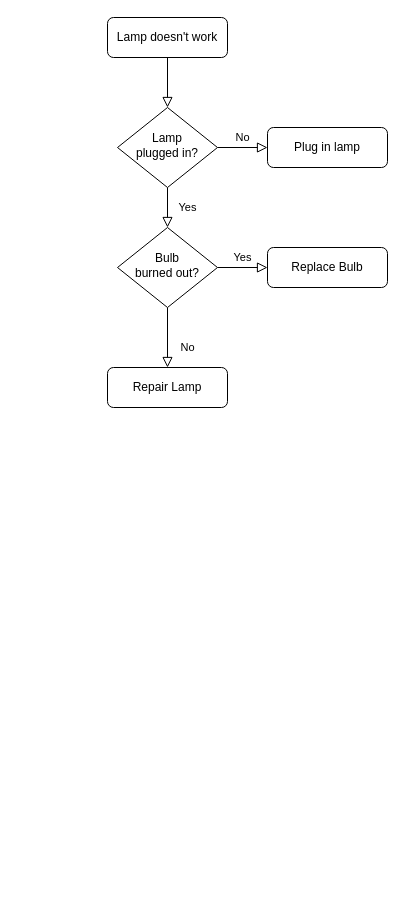
Earlier version of the draw.io diagram Untitled Diagram.drawio (sushivomit/Progamming-2). Source tidied: cells renumbered, new cells numbered last; positions are measured from the earlier drawing's top-left corner, leaving out a move shared by most shapes. Both pictures are drawn from the tidied source at 100%, with x=0, y=0 at pixel (107, 17).
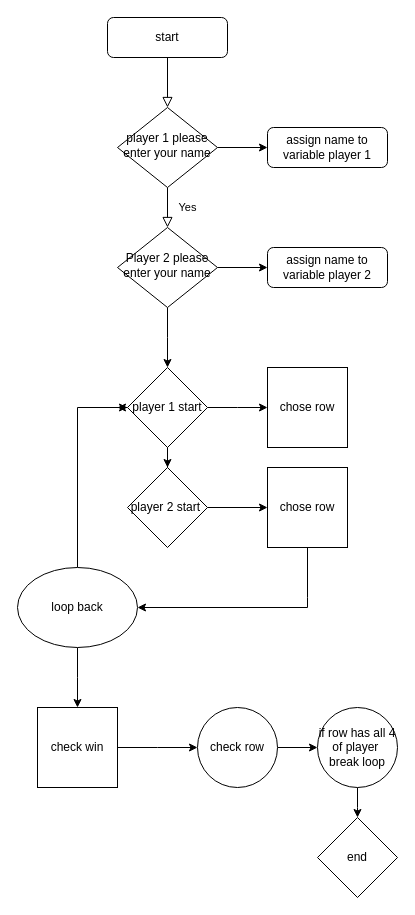
After the change.

Change to the diagram source:
```diff
@@
-    <mxCell id="3" value="Lamp doesn't work" style="rounded=1;whiteSpace=wrap;html=1;fontSize=12;glass=0;strokeWidth=1;shadow=0;" parent="1" vertex="1">
+    <mxCell id="3" value="start" style="rounded=1;whiteSpace=wrap;html=1;fontSize=12;glass=0;strokeWidth=1;shadow=0;" parent="1" vertex="1">
       <mxGeometry width="120" height="40" as="geometry" />
     </mxCell>
@@
-    <mxCell id="5" value="No" style="edgeStyle=orthogonalEdgeStyle;rounded=0;html=1;jettySize=auto;fontSize=11;endArrow=block;endFill=0;endSize=8;strokeWidth=1;shadow=0;labelBackgroundColor=none;" parent="1" edge="1" source="6" target="7">
-      <mxGeometry y="10" relative="1" as="geometry" />
+    <mxCell id="5" style="edgeStyle=orthogonalEdgeStyle;rounded=0;jettySize=auto;html=1;exitX=1;exitY=0.5;exitDx=0;exitDy=0;" parent="1" edge="1" source="6" target="7">
+      <mxGeometry relative="1" as="geometry" />
     </mxCell>
-    <mxCell id="6" value="Lamp&lt;br&gt;plugged in?" style="rhombus;whiteSpace=wrap;html=1;shadow=0;fontFamily=Helvetica;fontSize=12;align=center;strokeWidth=1;spacing=6;spacingTop=-4;" parent="1" vertex="1">
+    <mxCell id="6" value="player 1 please enter your name" style="rhombus;whiteSpace=wrap;html=1;shadow=0;fontFamily=Helvetica;fontSize=12;align=center;strokeWidth=1;spacing=6;spacingTop=-4;" parent="1" vertex="1">
       <mxGeometry x="10" y="90" width="100" height="80" as="geometry" />
     </mxCell>
-    <mxCell id="7" value="Plug in lamp" style="rounded=1;whiteSpace=wrap;html=1;fontSize=12;glass=0;strokeWidth=1;shadow=0;" parent="1" vertex="1">
+    <mxCell id="7" value="assign name to variable player 1" style="rounded=1;whiteSpace=wrap;html=1;fontSize=12;glass=0;strokeWidth=1;shadow=0;" parent="1" vertex="1">
       <mxGeometry x="160" y="110" width="120" height="40" as="geometry" />
     </mxCell>
-    <mxCell id="8" value="No" style="rounded=0;html=1;jettySize=auto;fontSize=11;endArrow=block;endFill=0;endSize=8;strokeWidth=1;shadow=0;labelBackgroundColor=none;edgeStyle=orthogonalEdgeStyle;" parent="1" edge="1" source="10" target="11">
-      <mxGeometry x="0.33" y="20" relative="1" as="geometry" />
-    </mxCell>
-    <mxCell id="9" value="Yes" style="edgeStyle=orthogonalEdgeStyle;rounded=0;html=1;jettySize=auto;fontSize=11;endArrow=block;endFill=0;endSize=8;strokeWidth=1;shadow=0;labelBackgroundColor=none;" parent="1" edge="1" source="10" target="12">
-      <mxGeometry y="10" relative="1" as="geometry" />
+    <mxCell id="9" style="edgeStyle=orthogonalEdgeStyle;rounded=0;jettySize=auto;html=1;exitX=1;exitY=0.5;exitDx=0;exitDy=0;" parent="1" edge="1" source="10" target="12">
+      <mxGeometry relative="1" as="geometry" />
     </mxCell>
+    <mxCell id="13" style="edgeStyle=orthogonalEdgeStyle;rounded=0;jettySize=auto;html=1;exitX=0.5;exitY=1;exitDx=0;exitDy=0;entryX=0.5;entryY=0;entryDx=0;entryDy=0;" parent="1" edge="1" source="10">
+      <mxGeometry relative="1" as="geometry">
+        <mxPoint x="60" y="350" as="targetPoint" />
+      </mxGeometry>
+    </mxCell>
-    <mxCell id="10" value="Bulb&lt;br&gt;burned out?" style="rhombus;whiteSpace=wrap;html=1;shadow=0;fontFamily=Helvetica;fontSize=12;align=center;strokeWidth=1;spacing=6;spacingTop=-4;" parent="1" vertex="1">
+    <mxCell id="10" value="Player 2 please enter your name" style="rhombus;whiteSpace=wrap;html=1;shadow=0;fontFamily=Helvetica;fontSize=12;align=center;strokeWidth=1;spacing=6;spacingTop=-4;" parent="1" vertex="1">
       <mxGeometry x="10" y="210" width="100" height="80" as="geometry" />
     </mxCell>
-    <mxCell id="11" value="Repair Lamp" style="rounded=1;whiteSpace=wrap;html=1;fontSize=12;glass=0;strokeWidth=1;shadow=0;" parent="1" vertex="1">
-      <mxGeometry y="350" width="120" height="40" as="geometry" />
-    </mxCell>
-    <mxCell id="12" value="Replace Bulb" style="rounded=1;whiteSpace=wrap;html=1;fontSize=12;glass=0;strokeWidth=1;shadow=0;" parent="1" vertex="1">
+    <mxCell id="12" value="assign name to variable player 2" style="rounded=1;whiteSpace=wrap;html=1;fontSize=12;glass=0;strokeWidth=1;shadow=0;" parent="1" vertex="1">
       <mxGeometry x="160" y="230" width="120" height="40" as="geometry" />
     </mxCell>
+    <mxCell id="14" style="edgeStyle=orthogonalEdgeStyle;rounded=0;jettySize=auto;html=1;" parent="1" edge="1" source="17">
+      <mxGeometry relative="1" as="geometry">
+        <mxPoint x="160" y="390" as="targetPoint" />
+      </mxGeometry>
+    </mxCell>
+    <mxCell id="15" style="edgeStyle=orthogonalEdgeStyle;rounded=0;jettySize=auto;html=1;exitX=0.5;exitY=1;exitDx=0;exitDy=0;" parent="1" edge="1" source="17" target="20">
+      <mxGeometry relative="1" as="geometry" />
+    </mxCell>
+    <mxCell id="16" style="edgeStyle=orthogonalEdgeStyle;rounded=0;jettySize=auto;html=1;exitX=0;exitY=0.5;exitDx=0;exitDy=0;" parent="1" edge="1" source="17">
+      <mxGeometry relative="1" as="geometry">
+        <mxPoint x="10" y="390" as="targetPoint" />
+      </mxGeometry>
+    </mxCell>
+    <mxCell id="17" value="player 1 start" style="rhombus;whiteSpace=wrap;html=1;" parent="1" vertex="1">
+      <mxGeometry x="20" y="350" width="80" height="80" as="geometry" />
+    </mxCell>
+    <mxCell id="18" value="chose row" style="whiteSpace=wrap;html=1;" parent="1" vertex="1">
+      <mxGeometry x="160" y="350" width="80" height="80" as="geometry" />
+    </mxCell>
+    <mxCell id="19" style="edgeStyle=orthogonalEdgeStyle;rounded=0;jettySize=auto;html=1;" parent="1" edge="1" source="20" target="22">
+      <mxGeometry relative="1" as="geometry" />
+    </mxCell>
+    <mxCell id="20" value="player 2 start&amp;nbsp;" style="rhombus;whiteSpace=wrap;html=1;" parent="1" vertex="1">
+      <mxGeometry x="20" y="450" width="80" height="80" as="geometry" />
+    </mxCell>
+    <mxCell id="21" style="edgeStyle=orthogonalEdgeStyle;rounded=0;jettySize=auto;html=1;" parent="1" edge="1" source="22" target="25">
+      <mxGeometry relative="1" as="geometry">
+        <Array as="points">
+          <mxPoint x="200" y="580" />
+          <mxPoint x="200" y="580" />
+        </Array>
+      </mxGeometry>
+    </mxCell>
+    <mxCell id="22" value="chose row" style="whiteSpace=wrap;html=1;" parent="1" vertex="1">
+      <mxGeometry x="160" y="450" width="80" height="80" as="geometry" />
+    </mxCell>
+    <mxCell id="23" style="edgeStyle=orthogonalEdgeStyle;rounded=0;jettySize=auto;html=1;exitX=0.5;exitY=0;exitDx=0;exitDy=0;entryX=0;entryY=0.5;entryDx=0;entryDy=0;" parent="1" edge="1" source="25" target="17">
+      <mxGeometry relative="1" as="geometry" />
+    </mxCell>
+    <mxCell id="24" style="edgeStyle=orthogonalEdgeStyle;rounded=0;jettySize=auto;html=1;" parent="1" edge="1" source="25">
+      <mxGeometry relative="1" as="geometry">
+        <mxPoint x="-30" y="690" as="targetPoint" />
+      </mxGeometry>
+    </mxCell>
+    <mxCell id="25" value="loop back" style="ellipse;whiteSpace=wrap;html=1;" parent="1" vertex="1">
+      <mxGeometry x="-90" y="550" width="120" height="80" as="geometry" />
+    </mxCell>
+    <mxCell id="26" style="edgeStyle=orthogonalEdgeStyle;rounded=0;jettySize=auto;html=1;" parent="1" edge="1" source="27">
+      <mxGeometry relative="1" as="geometry">
+        <mxPoint x="90" y="730" as="targetPoint" />
+      </mxGeometry>
+    </mxCell>
+    <mxCell id="27" value="check win" style="whiteSpace=wrap;html=1;" parent="1" vertex="1">
+      <mxGeometry x="-70" y="690" width="80" height="80" as="geometry" />
+    </mxCell>
+    <mxCell id="28" style="edgeStyle=orthogonalEdgeStyle;rounded=0;jettySize=auto;html=1;" parent="1" edge="1" source="29" target="31">
+      <mxGeometry relative="1" as="geometry" />
+    </mxCell>
+    <mxCell id="29" value="check row" style="ellipse;whiteSpace=wrap;html=1;" parent="1" vertex="1">
+      <mxGeometry x="90" y="690" width="80" height="80" as="geometry" />
+    </mxCell>
+    <mxCell id="30" style="edgeStyle=orthogonalEdgeStyle;rounded=0;jettySize=auto;html=1;" parent="1" edge="1" source="31">
+      <mxGeometry relative="1" as="geometry">
+        <mxPoint x="250" y="800" as="targetPoint" />
+      </mxGeometry>
+    </mxCell>
+    <mxCell id="31" value="if row has all 4 of player&amp;nbsp; break loop" style="ellipse;whiteSpace=wrap;html=1;" parent="1" vertex="1">
+      <mxGeometry x="210" y="690" width="80" height="80" as="geometry" />
+    </mxCell>
+    <mxCell id="32" value="end" style="rhombus;whiteSpace=wrap;html=1;" parent="1" vertex="1">
+      <mxGeometry x="210" y="800" width="80" height="80" as="geometry" />
+    </mxCell>
```
